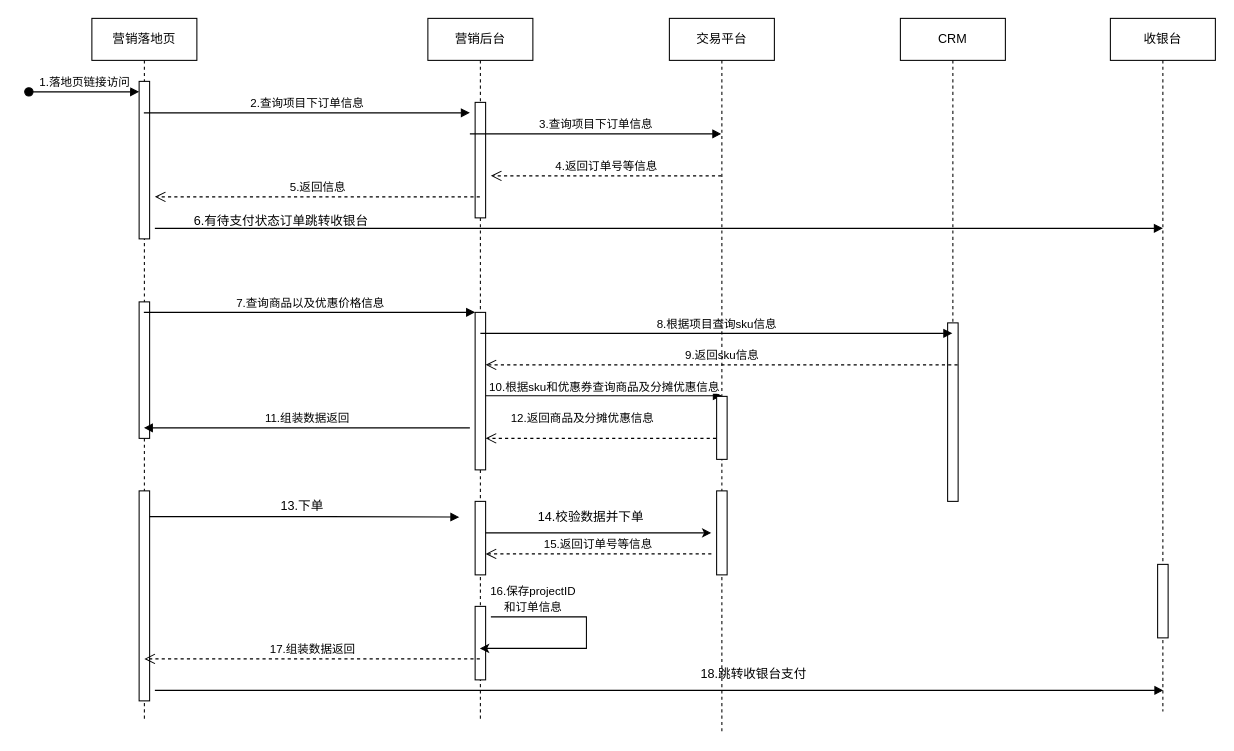
Before: drawio/联报支付.drawio in hl3482477/BigDataLearnIng, a draw.io diagram. Source tidied: cells renumbered, new cells numbered last; positions are measured from the earlier drawing's top-left corner, leaving out a move shared by most shapes. Both pictures are drawn from the tidied source at 105%, with x=0, y=0 at pixel (28, 18).
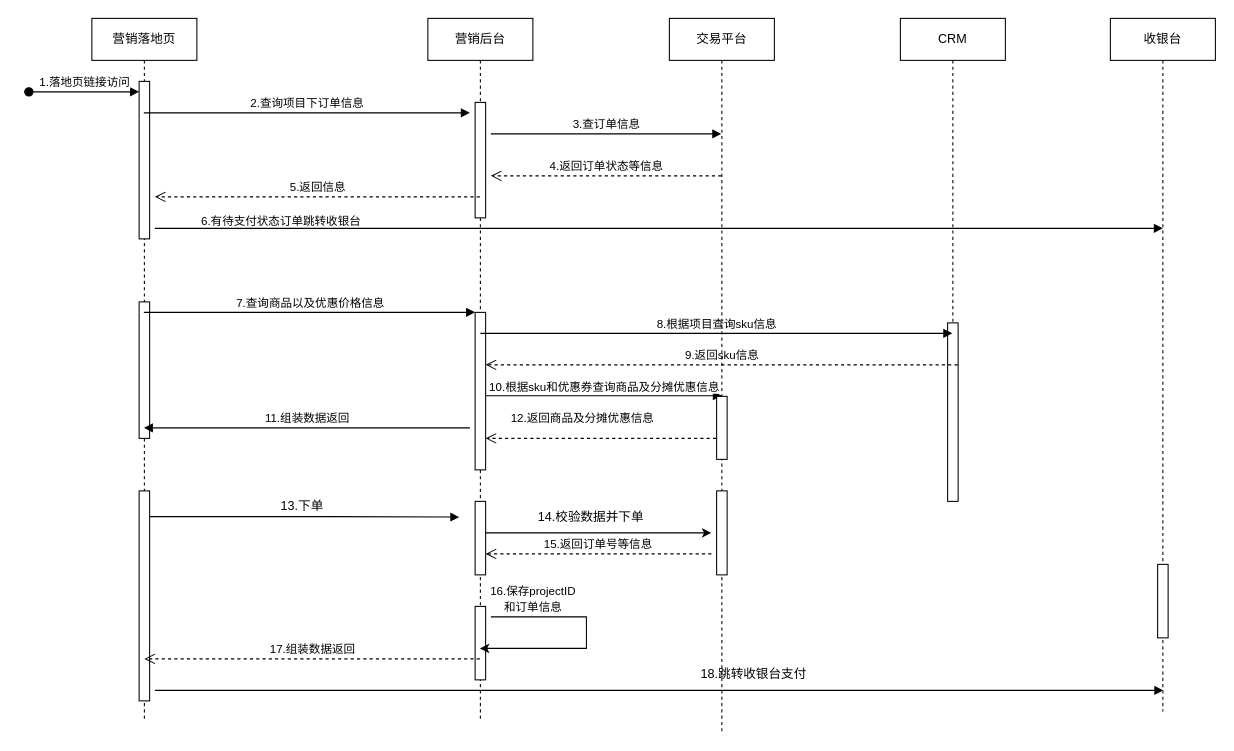
Above is the later version.

Commit message:
更新联报支付.drawio

Unchanged cells that the change refers to:
```xml
<mxCell id="33" value="交易平台" style="shape=umlLifeline;perimeter=lifelinePerimeter;whiteSpace=wrap;html=1;outlineConnect=0;portConstraint=eastwest;newEdgeStyle={&quot;edgeStyle&quot;:&quot;elbowEdgeStyle&quot;,&quot;elbow&quot;:&quot;vertical&quot;,&quot;curved&quot;:0,&quot;rounded&quot;:0};" parent="1" vertex="1">
  <mxGeometry x="610" width="100" height="680" as="geometry" />
</mxCell>
```

Diff of the diagram source:
```diff
@@
-    <mxCell id="31" value="3.查询项目下订单信息" style="html=1;verticalAlign=bottom;endArrow=block;edgeStyle=elbowEdgeStyle;elbow=vertical;curved=0;rounded=0;" parent="1" edge="1" target="33">
+    <mxCell id="31" value="3.查订单信息" style="html=1;verticalAlign=bottom;endArrow=block;edgeStyle=elbowEdgeStyle;elbow=vertical;curved=0;rounded=0;" parent="1" edge="1" target="33">
       <mxGeometry relative="1" as="geometry">
-        <mxPoint x="420" y="110" as="sourcePoint" />
+        <mxPoint x="440" y="110" as="sourcePoint" />
         <Array as="points">
           <mxPoint x="585" y="110" />
         </Array>
       </mxGeometry>
     </mxCell>
@@
-    <mxCell id="36" value="4.返回订单号等信息" style="html=1;verticalAlign=bottom;endArrow=open;dashed=1;endSize=8;edgeStyle=elbowEdgeStyle;elbow=vertical;curved=0;rounded=0;" parent="1" edge="1" source="33">
+    <mxCell id="36" value="4.返回订单状态等信息" style="html=1;verticalAlign=bottom;endArrow=open;dashed=1;endSize=8;edgeStyle=elbowEdgeStyle;elbow=vertical;curved=0;rounded=0;" parent="1" edge="1" source="33">
       <mxGeometry relative="1" as="geometry">
         <mxPoint x="440" y="150" as="targetPoint" />
         <Array as="points">
           <mxPoint x="595" y="150" />
         </Array>
       </mxGeometry>
     </mxCell>
@@
-    <mxCell id="39" value="6.有待支付状态订单跳转收银台" style="text;html=1;align=center;verticalAlign=middle;strokeColor=none;fillColor=none;" parent="1" vertex="1">
-      <mxGeometry x="145" y="178" width="190" height="30" as="geometry" />
+    <mxCell id="39" value="&lt;font style=&quot;font-size: 11px;&quot;&gt;6.有待支付状态订单跳转收银台&lt;/font&gt;" style="text;html=1;align=center;verticalAlign=middle;strokeColor=none;fillColor=none;" parent="1" vertex="1">
+      <mxGeometry x="150" y="178" width="180" height="30" as="geometry" />
     </mxCell>
```
